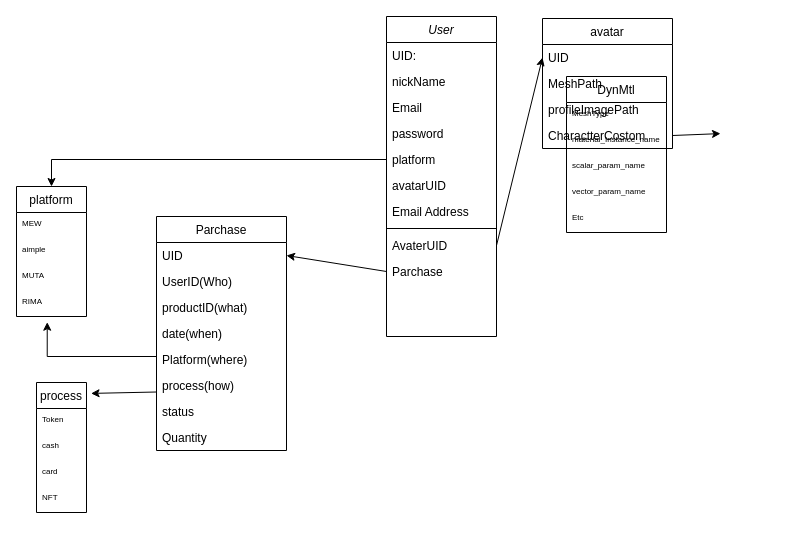
Earlier version of the draw.io diagram Untitled Diagram.drawio (oddsilk/jsonTest). Source tidied: cells renumbered, new cells numbered last; positions are measured from the earlier drawing's top-left corner, leaving out a move shared by most shapes. Both pictures are drawn from the tidied source at 100%, with x=0, y=0 at pixel (16, 16).
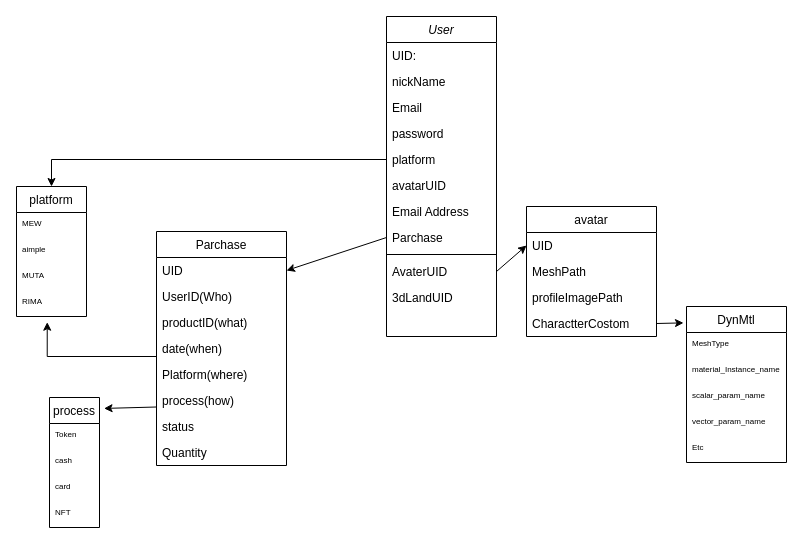
Above is the later version.

The change refers to these unchanged cells:
```xml
<mxCell id="2" value="User&#10;" style="swimlane;fontStyle=2;align=center;verticalAlign=top;horizontal=1;startSize=26;rounded=0;shadow=0;strokeWidth=1;" parent="1" vertex="1">
  <mxGeometry x="370" width="110" height="320" as="geometry" />
</mxCell>
<mxCell id="29" value="CharactterCostom&#10;" style="text;align=left;verticalAlign=top;spacingLeft=4;spacingRight=4;overflow=hidden;points=[[0,0.5],[1,0.5]];portConstraint=eastwest;rounded=0;shadow=0;html=0;" parent="25" vertex="1">
  <mxGeometry y="104" width="130" height="26" as="geometry" />
</mxCell>
<mxCell id="33" value="UID" style="text;align=left;verticalAlign=top;spacingLeft=4;spacingRight=4;overflow=hidden;points=[[0,0.5],[1,0.5]];portConstraint=eastwest;" parent="32" vertex="1">
  <mxGeometry y="26" width="130" height="26" as="geometry" />
</mxCell>
```

Change to the diagram source:
```diff
@@
+    <mxCell id="12" value="Parchase" style="text;align=left;verticalAlign=top;spacingLeft=4;spacingRight=4;overflow=hidden;points=[[0,0.5],[1,0.5]];portConstraint=eastwest;" parent="2" vertex="1">
+      <mxGeometry y="208" width="110" height="26" as="geometry" />
+    </mxCell>
     <mxCell id="10" style="line;html=1;strokeWidth=1;align=left;verticalAlign=middle;spacingTop=-1;spacingLeft=3;spacingRight=3;labelPosition=right;" parent="2" vertex="1">
-      <mxGeometry y="208" width="110" height="8" as="geometry" />
+      <mxGeometry y="234" width="110" height="8" as="geometry" />
     </mxCell>
     <mxCell id="11" value="AvaterUID" style="text;align=left;verticalAlign=top;spacingLeft=4;spacingRight=4;overflow=hidden;points=[[0,0.5],[1,0.5]];portConstraint=eastwest;" parent="2" vertex="1">
-      <mxGeometry y="216" width="110" height="26" as="geometry" />
+      <mxGeometry y="242" width="110" height="26" as="geometry" />
     </mxCell>
-    <mxCell id="12" value="Parchase" style="text;align=left;verticalAlign=top;spacingLeft=4;spacingRight=4;overflow=hidden;points=[[0,0.5],[1,0.5]];portConstraint=eastwest;" parent="2" vertex="1">
-      <mxGeometry y="242" width="110" height="26" as="geometry" />
-    </mxCell>
+    <mxCell id="49" value="3dLandUID" style="text;align=left;verticalAlign=top;spacingLeft=4;spacingRight=4;overflow=hidden;" parent="2" vertex="1">
+      <mxGeometry y="268" width="110" height="26" as="geometry" />
+    </mxCell>
     <mxCell id="13" value="DynMtl" style="swimlane;fontStyle=0;align=center;verticalAlign=top;horizontal=1;startSize=26;rounded=0;shadow=0;strokeWidth=1;" parent="1" vertex="1">
-      <mxGeometry x="550" y="60" width="100" height="156" as="geometry" />
+      <mxGeometry x="670" y="290" width="100" height="156" as="geometry" />
     </mxCell>
@@
     <mxCell id="25" value="avatar" style="swimlane;fontStyle=0;align=center;verticalAlign=top;horizontal=1;startSize=26;rounded=0;shadow=0;strokeWidth=1;" parent="1" vertex="1">
-      <mxGeometry x="526" y="2" width="130" height="130" as="geometry" />
+      <mxGeometry x="510" y="190" width="130" height="130" as="geometry" />
     </mxCell>
@@
-    <mxCell id="31" style="endArrow=classic;html=1;rounded=0;fontSize=8;exitX=1;exitY=0.5;exitDx=0;exitDy=0;entryX=-0.02;entryY=0.35;entryDx=0;entryDy=0;entryPerimeter=0;" parent="1" edge="1" source="29">
-      <mxGeometry relative="1" as="geometry">
-        <mxPoint x="704" y="117.1" as="targetPoint" />
-      </mxGeometry>
+    <mxCell id="31" style="endArrow=classic;html=1;rounded=0;fontSize=8;exitX=1;exitY=0.5;exitDx=0;exitDy=0;entryX=-0.03;entryY=0.105;entryDx=0;entryDy=0;entryPerimeter=0;" parent="1" edge="1" source="29" target="13">
+      <mxGeometry relative="1" as="geometry" />
     </mxCell>
     <mxCell id="32" value="Parchase" style="swimlane;fontStyle=0;align=center;verticalAlign=top;horizontal=1;startSize=26;rounded=0;shadow=0;strokeWidth=1;" parent="1" vertex="1">
-      <mxGeometry x="140" y="200" width="130" height="234" as="geometry" />
+      <mxGeometry x="140" y="215" width="130" height="234" as="geometry" />
     </mxCell>
@@
-    <mxCell id="41" style="endArrow=classic;html=1;rounded=0;fontSize=8;entryX=1;entryY=0.5;entryDx=0;entryDy=0;" parent="1" edge="1" target="33">
-      <mxGeometry relative="1" as="geometry">
-        <mxPoint x="370" y="255" as="sourcePoint" />
-      </mxGeometry>
+    <mxCell id="41" style="endArrow=classic;html=1;rounded=0;fontSize=8;entryX=1;entryY=0.5;entryDx=0;entryDy=0;exitX=0;exitY=0.5;exitDx=0;exitDy=0;" parent="1" edge="1" source="12" target="33">
+      <mxGeometry relative="1" as="geometry" />
     </mxCell>
@@
     <mxCell id="44" value="process" style="swimlane;fontStyle=0;horizontal=1;startSize=26;fillColor=none;" parent="1" vertex="1">
-      <mxGeometry x="20" y="366" width="50" height="130" as="geometry" />
+      <mxGeometry x="33" y="381" width="50" height="130" as="geometry" />
     </mxCell>
```
